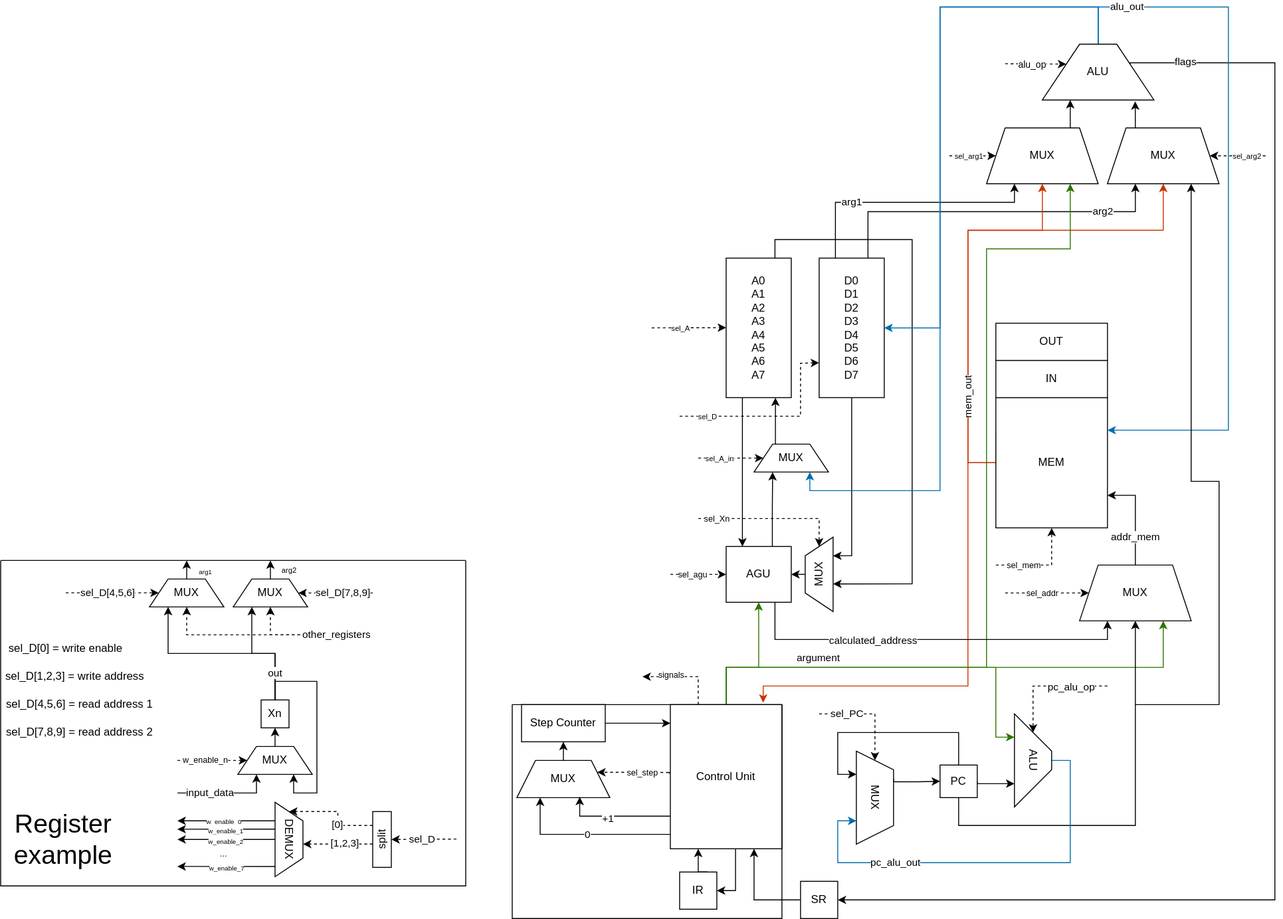
Before: m68k_v2.drawio.svg, a diagram exported from draw.io (Anderaf/m68kScheme). Source tidied: cells renumbered, new cells last; positions are measured from the earlier drawing's top-left corner, leaving out a move shared by most shapes.
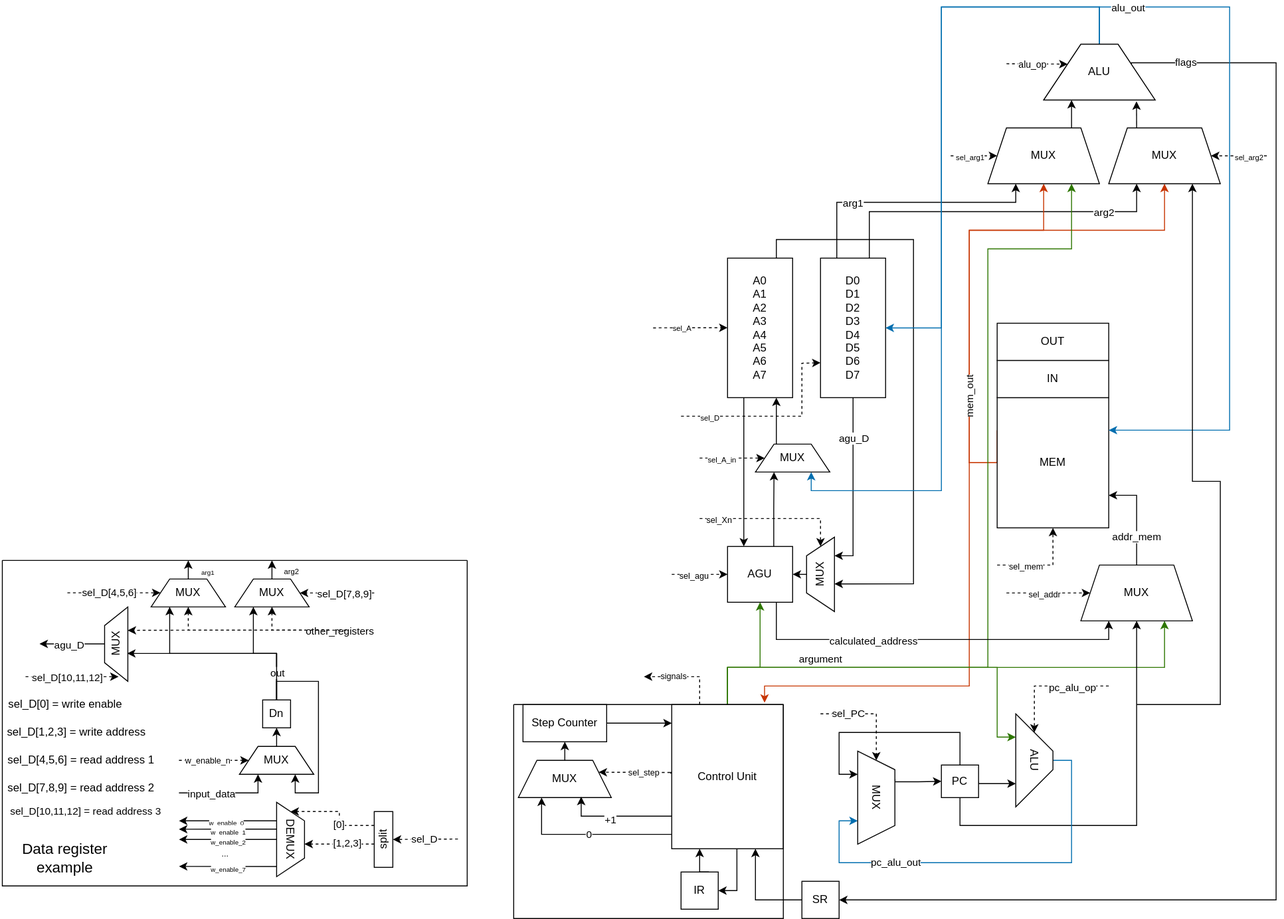
After the change.

The edit, as a diff of the source:
```diff
@@ -31,6 +31,9 @@
     <mxCell id="6" style="edgeStyle=orthogonalEdgeStyle;rounded=0;jettySize=auto;html=1;exitX=0.5;exitY=1;exitDx=0;exitDy=0;entryX=0.75;entryY=1;entryDx=0;entryDy=0;" parent="1" edge="1" source="7" target="66">
       <mxGeometry relative="1" as="geometry" />
     </mxCell>
+    <mxCell id="140" value="agu_D" style="edgeLabel;html=1;align=center;verticalAlign=middle;" parent="6" vertex="1">
+      <mxGeometry x="-0.55" relative="1" as="geometry" />
+    </mxCell>
     <mxCell id="7" value="D0&lt;div&gt;D1&lt;/div&gt;&lt;div&gt;D2&lt;/div&gt;&lt;div&gt;D3&lt;/div&gt;&lt;div&gt;D4&lt;/div&gt;&lt;div&gt;D5&lt;/div&gt;&lt;div&gt;D6&lt;/div&gt;&lt;div&gt;D7&lt;/div&gt;" style="rounded=0;whiteSpace=wrap;html=1;" parent="1" vertex="1">
       <mxGeometry x="880" y="270" width="70" height="150" as="geometry" />
     </mxCell>
@@ -527,7 +530,7 @@
         <mxPoint y="-23" as="offset" />
       </mxGeometry>
     </mxCell>
-    <mxCell id="96" value="Xn" style="whiteSpace=wrap;html=1;" parent="1" vertex="1">
+    <mxCell id="96" value="Dn" style="whiteSpace=wrap;html=1;" parent="1" vertex="1">
       <mxGeometry x="280" y="745" width="30" height="30" as="geometry" />
     </mxCell>
     <mxCell id="97" style="edgeStyle=orthogonalEdgeStyle;rounded=0;jettySize=auto;html=1;exitX=0.5;exitY=0;exitDx=0;exitDy=0;entryX=0.5;entryY=1;entryDx=0;entryDy=0;" parent="1" edge="1" source="98" target="96">
@@ -616,17 +619,17 @@
     </mxCell>
     <mxCell id="116" style="endArrow=classic;html=1;rounded=0;entryX=0.5;entryY=1;entryDx=0;entryDy=0;dashed=1;" parent="1" edge="1" target="115">
       <mxGeometry relative="1" as="geometry">
-        <mxPoint x="370" y="675" as="sourcePoint" />
+        <mxPoint x="370" y="670" as="sourcePoint" />
         <Array as="points">
-          <mxPoint x="200" y="675" />
+          <mxPoint x="200" y="670" />
         </Array>
       </mxGeometry>
     </mxCell>
     <mxCell id="117" style="endArrow=classic;html=1;rounded=0;entryX=0.5;entryY=1;entryDx=0;entryDy=0;dashed=1;" parent="1" edge="1" target="114">
       <mxGeometry relative="1" as="geometry">
-        <mxPoint x="370" y="675" as="sourcePoint" />
+        <mxPoint x="370" y="670" as="sourcePoint" />
         <Array as="points">
-          <mxPoint x="290" y="675" />
+          <mxPoint x="290" y="670" />
         </Array>
       </mxGeometry>
     </mxCell>
@@ -654,18 +657,6 @@
     <mxCell id="122" value="sel_D[7,8,9]" style="edgeLabel;html=1;align=center;verticalAlign=middle;" parent="121" vertex="1">
       <mxGeometry x="-0.18" relative="1" as="geometry" />
     </mxCell>
-    <mxCell id="123" value="sel_D[0] = write enable" style="text;html=1;whiteSpace=wrap;strokeColor=none;fillColor=none;align=center;verticalAlign=middle;rounded=0;" parent="1" vertex="1">
-      <mxGeometry y="675" width="140" height="30" as="geometry" />
-    </mxCell>
-    <mxCell id="124" value="sel_D[1,2,3] = write address" style="text;html=1;whiteSpace=wrap;strokeColor=none;fillColor=none;align=center;verticalAlign=middle;rounded=0;" parent="1" vertex="1">
-      <mxGeometry y="705" width="160" height="30" as="geometry" />
-    </mxCell>
-    <mxCell id="125" value="sel_D[4,5,6] = read address 1" style="text;html=1;whiteSpace=wrap;strokeColor=none;fillColor=none;align=center;verticalAlign=middle;rounded=0;" parent="1" vertex="1">
-      <mxGeometry y="735" width="170" height="30" as="geometry" />
-    </mxCell>
-    <mxCell id="126" value="sel_D[7,8,9] = read address 2" style="text;html=1;whiteSpace=wrap;strokeColor=none;fillColor=none;align=center;verticalAlign=middle;rounded=0;" parent="1" vertex="1">
-      <mxGeometry y="765" width="170" height="30" as="geometry" />
-    </mxCell>
     <mxCell id="127" style="edgeStyle=orthogonalEdgeStyle;rounded=0;jettySize=auto;html=1;exitX=0.75;exitY=0;exitDx=0;exitDy=0;entryX=0;entryY=0.5;entryDx=0;entryDy=0;dashed=1;" parent="1" edge="1" source="129" target="132">
       <mxGeometry relative="1" as="geometry" />
     </mxCell>
@@ -678,8 +669,8 @@
     <mxCell id="130" style="swimlane;startSize=0;" parent="1" vertex="1">
       <mxGeometry y="595" width="500" height="350" as="geometry" />
     </mxCell>
-    <mxCell id="131" value="&lt;font style=&quot;font-size: 28px;&quot;&gt;Register example&lt;/font&gt;" style="text;html=1;whiteSpace=wrap;strokeColor=none;fillColor=none;align=center;verticalAlign=middle;rounded=0;" parent="130" vertex="1">
-      <mxGeometry x="5" y="260" width="125" height="80" as="geometry" />
+    <mxCell id="131" value="&lt;font style=&quot;font-size: 16px;&quot;&gt;Data register example&lt;/font&gt;" style="text;html=1;whiteSpace=wrap;strokeColor=none;fillColor=none;align=center;verticalAlign=middle;rounded=0;" parent="130" vertex="1">
+      <mxGeometry x="5" y="300" width="125" height="40" as="geometry" />
     </mxCell>
     <mxCell id="132" value="DEMUX" style="shape=trapezoid;perimeter=trapezoidPerimeter;whiteSpace=wrap;html=1;fixedSize=1;rotation=90;" parent="130" vertex="1">
       <mxGeometry x="270" y="285" width="80" height="30" as="geometry" />
@@ -714,8 +705,57 @@
         <mxPoint x="20" as="offset" />
       </mxGeometry>
     </mxCell>
+    <mxCell id="123" value="sel_D[0] = write enable" style="text;html=1;whiteSpace=wrap;strokeColor=none;fillColor=none;align=center;verticalAlign=middle;rounded=0;" parent="130" vertex="1">
+      <mxGeometry x="-2.5" y="140" width="140" height="30" as="geometry" />
+    </mxCell>
+    <mxCell id="124" value="sel_D[1,2,3] = write address" style="text;html=1;whiteSpace=wrap;strokeColor=none;fillColor=none;align=center;verticalAlign=middle;rounded=0;" parent="130" vertex="1">
+      <mxGeometry y="170" width="160" height="30" as="geometry" />
+    </mxCell>
+    <mxCell id="125" value="sel_D[4,5,6] = read address 1" style="text;html=1;whiteSpace=wrap;strokeColor=none;fillColor=none;align=center;verticalAlign=middle;rounded=0;" parent="130" vertex="1">
+      <mxGeometry y="200" width="170" height="30" as="geometry" />
+    </mxCell>
+    <mxCell id="126" value="sel_D[7,8,9] = read address 2" style="text;html=1;whiteSpace=wrap;strokeColor=none;fillColor=none;align=center;verticalAlign=middle;rounded=0;" parent="130" vertex="1">
+      <mxGeometry y="230" width="170" height="30" as="geometry" />
+    </mxCell>
+    <mxCell id="141" value="MUX" style="shape=trapezoid;perimeter=trapezoidPerimeter;whiteSpace=wrap;html=1;fixedSize=1;rotation=-90;" parent="130" vertex="1">
+      <mxGeometry x="82.5" y="77.5" width="80" height="25" as="geometry" />
+    </mxCell>
+    <mxCell id="142" style="endArrow=classic;html=1;rounded=0;entryX=0.685;entryY=0.994;entryDx=0;entryDy=0;dashed=1;entryPerimeter=0;" parent="130" edge="1" target="141">
+      <mxGeometry relative="1" as="geometry">
+        <mxPoint x="370" y="75" as="sourcePoint" />
+        <Array as="points">
+          <mxPoint x="200" y="75" />
+        </Array>
+      </mxGeometry>
+    </mxCell>
+    <mxCell id="143" value="&lt;font style=&quot;font-size: 11px;&quot;&gt;sel_D[10,11,12] = read address 3&lt;/font&gt;" style="text;html=1;whiteSpace=wrap;strokeColor=none;fillColor=none;align=center;verticalAlign=middle;rounded=0;" parent="130" vertex="1">
+      <mxGeometry y="255" width="180" height="30" as="geometry" />
+    </mxCell>
+    <mxCell id="144" style="edgeStyle=none;orthogonalLoop=1;jettySize=auto;html=1;rounded=0;dashed=1;" parent="130" edge="1">
+      <mxGeometry relative="1" as="geometry">
+        <mxPoint x="25" y="125" as="sourcePoint" />
+        <mxPoint x="125" y="125" as="targetPoint" />
+      </mxGeometry>
+    </mxCell>
+    <mxCell id="145" value="sel_D[10,11,12]" style="edgeLabel;html=1;align=center;verticalAlign=middle;" parent="144" vertex="1">
+      <mxGeometry x="-0.12" y="-3" relative="1" as="geometry">
+        <mxPoint y="-3" as="offset" />
+      </mxGeometry>
+    </mxCell>
+    <mxCell id="146" style="endArrow=classic;html=1;rounded=0;" parent="130" edge="1">
+      <mxGeometry relative="1" as="geometry">
+        <mxPoint x="110" y="89.7" as="sourcePoint" />
+        <mxPoint x="40" y="89.7" as="targetPoint" />
+      </mxGeometry>
+    </mxCell>
+    <mxCell id="147" value="agu_D" style="edgeLabel;html=1;align=center;verticalAlign=middle;" parent="146" vertex="1">
+      <mxGeometry x="0.11" y="1" relative="1" as="geometry" />
+    </mxCell>
     <mxCell id="139" style="swimlane;startSize=0;" parent="1" vertex="1">
       <mxGeometry x="550" y="750" width="290" height="230" as="geometry" />
     </mxCell>
+    <mxCell id="148" style="edgeStyle=orthogonalEdgeStyle;rounded=0;jettySize=auto;html=1;exitX=0.5;exitY=0;exitDx=0;exitDy=0;entryX=0.375;entryY=0.97;entryDx=0;entryDy=0;entryPerimeter=0;" parent="1" edge="1" source="96" target="141">
+      <mxGeometry relative="1" as="geometry" />
+    </mxCell>
   </root>
 </mxGraphModel>
```
